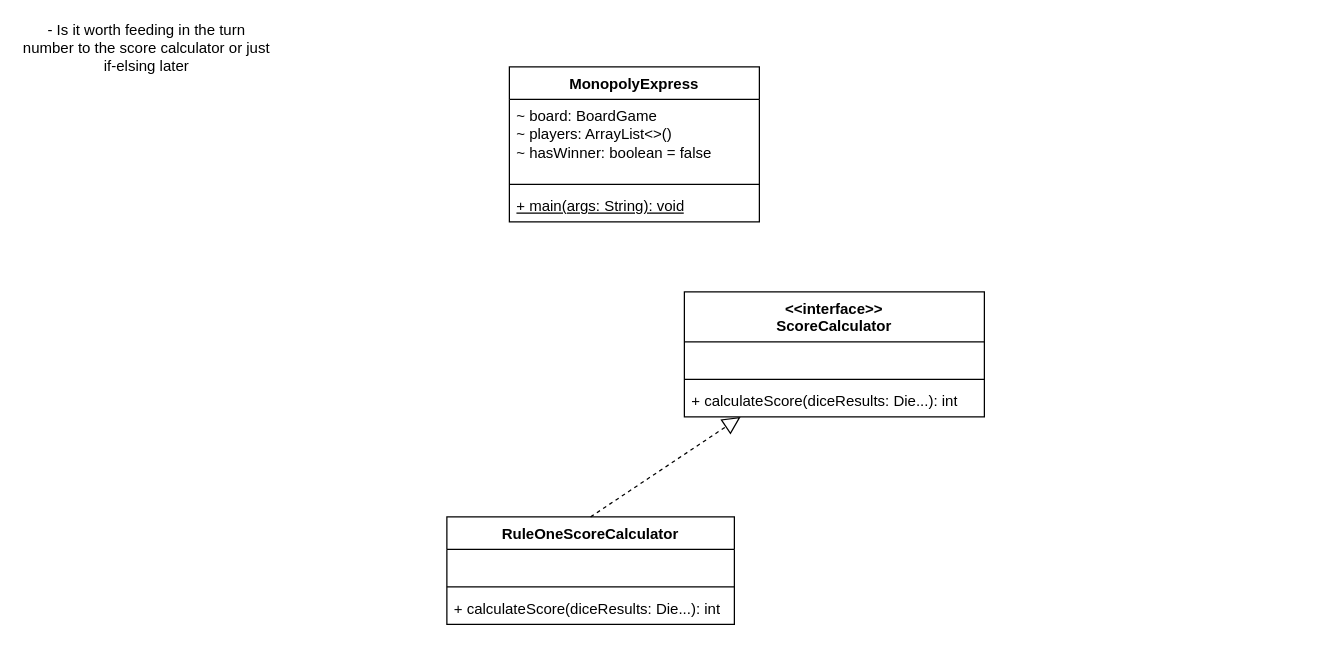
This is workshop9-week10.drawio from antonykimuom/SWEN30006-2025-SM1-workshop1-tuew05-14-00-team-12, a draw.io file, before an edit. Source tidied: cells renumbered, new cells numbered last; positions are measured from the earlier drawing's top-left corner, leaving out a move shared by most shapes. Both pictures are drawn from the tidied source at 125%, with x=0, y=0 at pixel (21, 29).
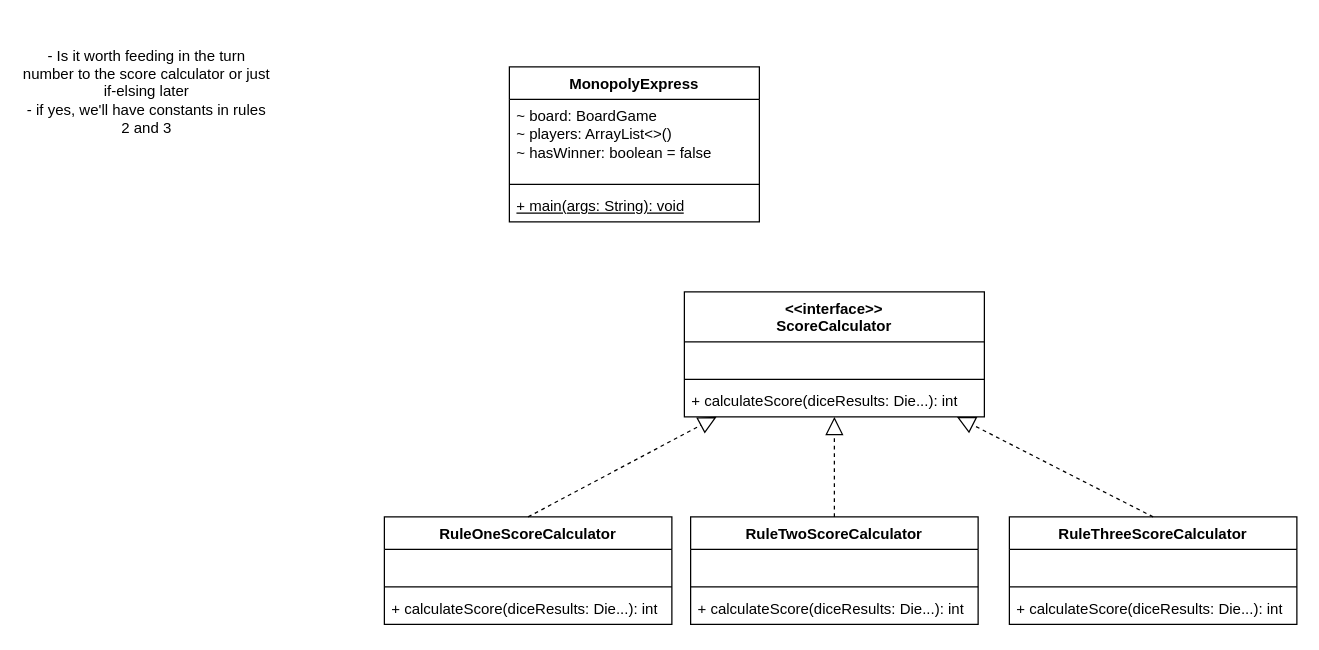
Above is the later version.

Commit message:
added rules 2 and 3 classes

The change refers to these unchanged cells:
```xml
<mxCell id="6" value="&amp;lt;&amp;lt;interface&amp;gt;&amp;gt;&lt;div&gt;ScoreCalculator&lt;/div&gt;" style="swimlane;fontStyle=1;align=center;verticalAlign=top;horizontal=1;startSize=40;whiteSpace=wrap;html=1;" parent="1" vertex="1">
  <mxGeometry x="530" y="210" width="240" height="100" as="geometry" />
</mxCell>
```

What changed in the source:
```diff
@@
     <mxCell id="10" value="RuleOneScoreCalculator" style="swimlane;fontStyle=1;align=center;verticalAlign=top;horizontal=1;startSize=26;whiteSpace=wrap;html=1;" parent="1" vertex="1">
-      <mxGeometry x="340" y="390" width="230" height="86" as="geometry" />
+      <mxGeometry x="290" y="390" width="230" height="86" as="geometry" />
     </mxCell>
@@
-    <mxCell id="14" value="- Is it worth feeding in the turn number to the score calculator or just if-elsing later" style="text;html=1;align=center;verticalAlign=middle;whiteSpace=wrap;rounded=0;" parent="1" vertex="1">
-      <mxGeometry width="200" height="30" as="geometry" />
+    <mxCell id="14" value="- Is it worth feeding in the turn number to the score calculator or just if-elsing later&lt;div&gt;- if yes, we'll have constants in rules 2 and 3&lt;/div&gt;" style="text;html=1;align=center;verticalAlign=middle;whiteSpace=wrap;rounded=0;" parent="1" vertex="1">
+      <mxGeometry width="200" height="100" as="geometry" />
     </mxCell>
@@
+    <mxCell id="16" value="RuleTwoScoreCalculator" style="swimlane;fontStyle=1;align=center;verticalAlign=top;horizontal=1;startSize=26;whiteSpace=wrap;html=1;" parent="1" vertex="1">
+      <mxGeometry x="535" y="390" width="230" height="86" as="geometry" />
+    </mxCell>
+    <mxCell id="17" value="&lt;br&gt;&lt;div&gt;&lt;br&gt;&lt;/div&gt;" style="text;strokeColor=none;fillColor=none;align=left;verticalAlign=top;spacingLeft=4;spacingRight=4;overflow=hidden;whiteSpace=wrap;html=1;" parent="16" vertex="1">
+      <mxGeometry y="26" width="230" height="26" as="geometry" />
+    </mxCell>
+    <mxCell id="18" style="line;strokeWidth=1;fillColor=none;align=left;verticalAlign=middle;spacingTop=-1;spacingLeft=3;spacingRight=3;labelPosition=right;strokeColor=inherit;" parent="16" vertex="1">
+      <mxGeometry y="52" width="230" height="8" as="geometry" />
+    </mxCell>
+    <mxCell id="19" value="+ calculateScore(diceResults: Die...): int" style="text;strokeColor=none;fillColor=none;align=left;verticalAlign=top;spacingLeft=4;spacingRight=4;overflow=hidden;whiteSpace=wrap;html=1;" parent="16" vertex="1">
+      <mxGeometry y="60" width="230" height="26" as="geometry" />
+    </mxCell>
+    <mxCell id="20" value="RuleThreeScoreCalculator" style="swimlane;fontStyle=1;align=center;verticalAlign=top;horizontal=1;startSize=26;whiteSpace=wrap;html=1;" parent="1" vertex="1">
+      <mxGeometry x="790" y="390" width="230" height="86" as="geometry" />
+    </mxCell>
+    <mxCell id="21" value="&lt;br&gt;&lt;div&gt;&lt;br&gt;&lt;/div&gt;" style="text;strokeColor=none;fillColor=none;align=left;verticalAlign=top;spacingLeft=4;spacingRight=4;overflow=hidden;whiteSpace=wrap;html=1;" parent="20" vertex="1">
+      <mxGeometry y="26" width="230" height="26" as="geometry" />
+    </mxCell>
+    <mxCell id="22" style="line;strokeWidth=1;fillColor=none;align=left;verticalAlign=middle;spacingTop=-1;spacingLeft=3;spacingRight=3;labelPosition=right;strokeColor=inherit;" parent="20" vertex="1">
+      <mxGeometry y="52" width="230" height="8" as="geometry" />
+    </mxCell>
+    <mxCell id="23" value="+ calculateScore(diceResults: Die...): int" style="text;strokeColor=none;fillColor=none;align=left;verticalAlign=top;spacingLeft=4;spacingRight=4;overflow=hidden;whiteSpace=wrap;html=1;" parent="20" vertex="1">
+      <mxGeometry y="60" width="230" height="26" as="geometry" />
+    </mxCell>
+    <mxCell id="24" style="endArrow=block;dashed=1;endFill=0;endSize=12;html=1;rounded=0;exitX=0.5;exitY=0;exitDx=0;exitDy=0;" parent="1" edge="1" source="16" target="6">
+      <mxGeometry relative="1" as="geometry" />
+    </mxCell>
+    <mxCell id="25" style="endArrow=block;dashed=1;endFill=0;endSize=12;html=1;rounded=0;exitX=0.5;exitY=0;exitDx=0;exitDy=0;" parent="1" edge="1" source="20" target="6">
+      <mxGeometry relative="1" as="geometry" />
+    </mxCell>
```
